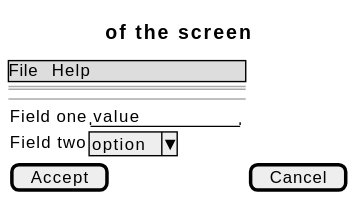
This is docs/01-requirements/use-cases/receiveGrade/wireframes.svg from didactika/kampus, a PlantUML export, as it was before one commit.
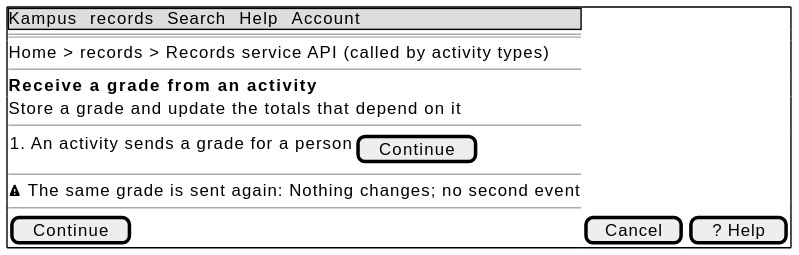
After the change.

What changed in the source:
```diff
@@ -1,13 +1,18 @@
 @startsalt
-{
-  {* File | Help }
+{+
+  {* Kampus | records | Search | Help | Account }
   ==
-  Title of the screen
+  Home > records > Records service API (called by activity types)
+  --
+  <b>Receive a grade from an activity
+  Store a grade and update the totals that depend on it
   --
   {
-    Field one | "value        "
-    Field two | ^option^
+    1. An activity sends a grade for a person | [ Continue ]
   }
-  [ Accept ] | [ Cancel ]
+  --
+  <&warning> The same grade is sent again: Nothing changes; no second event
+  --
+  [ Continue ] | [ Cancel ] | [ ? Help ]
 }
 @endsalt
```
